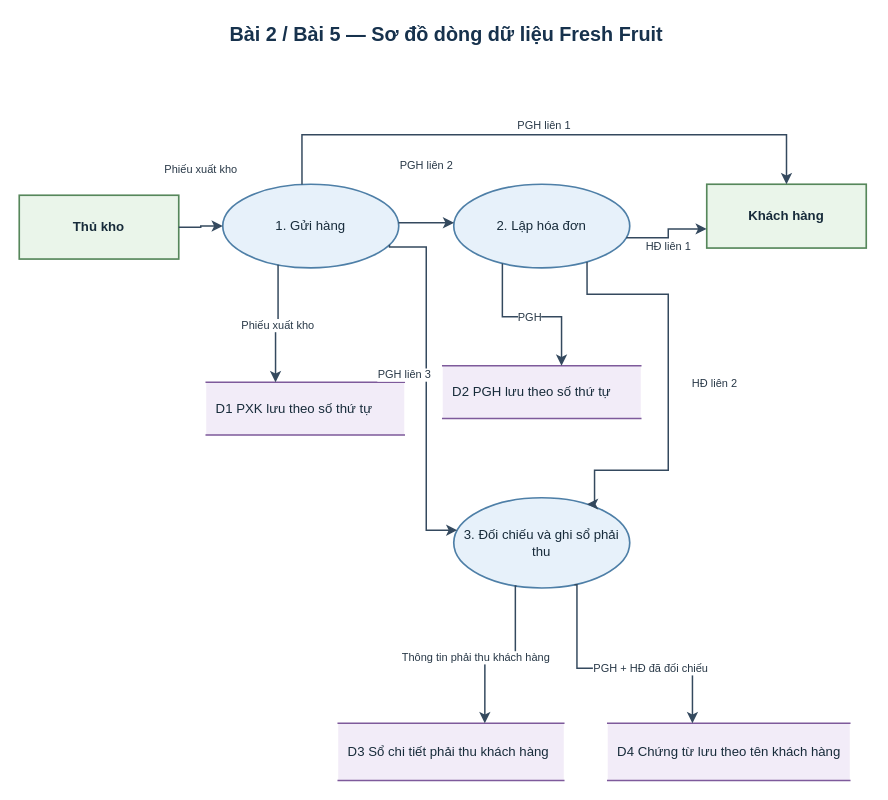
saigonbaddielover/thtrang keeps this draw.io diagram as assets/drawio/04_fresh_fruit_dfd.drawio. Above is the earlier version. Source tidied: cells renumbered, new cells numbered last; positions are measured from the earlier drawing's top-left corner, leaving out a move shared by most shapes. Both pictures are drawn from the tidied source at 110%, with x=0, y=0 at pixel (19, 19).
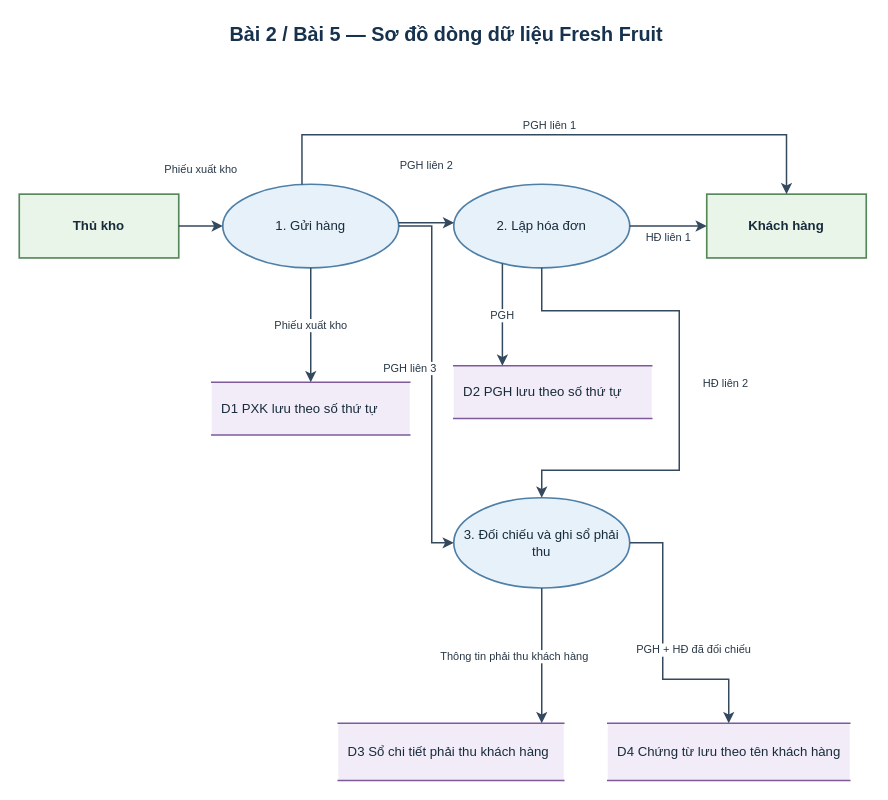
The same diagram, later.

Unchanged cells that the change refers to:
```xml
<mxCell id="5" value="1. Gửi hàng" style="shape=ellipse;perimeter=ellipsePerimeter;html=1;whiteSpace=wrap;fontFamily=Arial;align=center;verticalAlign=middle;fontColor=#172B3A; fontSize=11;spacing=5;fillColor=#E7F1FA;strokeColor=#4E7FA7;strokeWidth=1.5;" parent="1" vertex="1">
  <mxGeometry x="185" y="150" width="160" height="76" as="geometry" />
</mxCell>
<mxCell id="6" value="2. Lập hóa đơn" style="shape=ellipse;perimeter=ellipsePerimeter;html=1;whiteSpace=wrap;fontFamily=Arial;align=center;verticalAlign=middle;fontColor=#172B3A; fontSize=11;spacing=5;fillColor=#E7F1FA;strokeColor=#4E7FA7;strokeWidth=1.5;" parent="1" vertex="1">
  <mxGeometry x="395" y="150" width="160" height="76" as="geometry" />
</mxCell>
<mxCell id="7" value="3. Đối chiếu và ghi sổ phải thu" style="shape=ellipse;perimeter=ellipsePerimeter;html=1;whiteSpace=wrap;fontFamily=Arial;align=center;verticalAlign=middle;fontColor=#172B3A; fontSize=11;spacing=5;fillColor=#E7F1FA;strokeColor=#4E7FA7;strokeWidth=1.5;" parent="1" vertex="1">
  <mxGeometry x="395" y="435" width="160" height="82" as="geometry" />
</mxCell>
<mxCell id="10" value="D3  Sổ chi tiết phải thu khách hàng" style="shape=partialRectangle;right=0;left=0;html=1;whiteSpace=wrap;fontFamily=Arial;align=center;verticalAlign=middle;fontColor=#172B3A; fontSize=10;align=left;spacingLeft=7;spacingRight=4;fillColor=#F2ECF8;strokeColor=#7E5A9B;strokeWidth=1.4;" parent="1" vertex="1">
  <mxGeometry x="290" y="640" width="205" height="52" as="geometry" />
</mxCell>
<mxCell id="11" value="D4  Chứng từ lưu theo tên khách hàng" style="shape=partialRectangle;right=0;left=0;html=1;whiteSpace=wrap;fontFamily=Arial;align=center;verticalAlign=middle;fontColor=#172B3A; fontSize=10;align=left;spacingLeft=7;spacingRight=4;fillColor=#F2ECF8;strokeColor=#7E5A9B;strokeWidth=1.4;" parent="1" vertex="1">
  <mxGeometry x="535" y="640" width="220" height="52" as="geometry" />
</mxCell>
```

What changed in the source:
```diff
@@
     <mxCell id="3" value="Thủ kho" style="rounded=0;html=1;whiteSpace=wrap;fontFamily=Arial;align=center;verticalAlign=middle;fontColor=#172B3A; fontSize=11;fontStyle=1;spacing=5;fillColor=#EAF5EA;strokeColor=#56875B;strokeWidth=1.5;" parent="1" vertex="1">
-      <mxGeometry y="160" width="145" height="58" as="geometry" />
+      <mxGeometry y="159" width="145" height="58" as="geometry" />
     </mxCell>
     <mxCell id="4" value="Khách hàng" style="rounded=0;html=1;whiteSpace=wrap;fontFamily=Arial;align=center;verticalAlign=middle;fontColor=#172B3A; fontSize=11;fontStyle=1;spacing=5;fillColor=#EAF5EA;strokeColor=#56875B;strokeWidth=1.5;" parent="1" vertex="1">
-      <mxGeometry x="625" y="150" width="145" height="58" as="geometry" />
+      <mxGeometry x="625" y="159" width="145" height="58" as="geometry" />
     </mxCell>
@@
     <mxCell id="8" value="D1  PXK lưu theo số thứ tự" style="shape=partialRectangle;right=0;left=0;html=1;whiteSpace=wrap;fontFamily=Arial;align=center;verticalAlign=middle;fontColor=#172B3A; fontSize=10;align=left;spacingLeft=7;spacingRight=4;fillColor=#F2ECF8;strokeColor=#7E5A9B;strokeWidth=1.4;" parent="1" vertex="1">
-      <mxGeometry x="170" y="330" width="180" height="48" as="geometry" />
+      <mxGeometry x="175" y="330" width="180" height="48" as="geometry" />
     </mxCell>
     <mxCell id="9" value="D2  PGH lưu theo số thứ tự" style="shape=partialRectangle;right=0;left=0;html=1;whiteSpace=wrap;fontFamily=Arial;align=center;verticalAlign=middle;fontColor=#172B3A; fontSize=10;align=left;spacingLeft=7;spacingRight=4;fillColor=#F2ECF8;strokeColor=#7E5A9B;strokeWidth=1.4;" parent="1" vertex="1">
-      <mxGeometry x="385" y="315" width="180" height="48" as="geometry" />
+      <mxGeometry x="395" y="315" width="180" height="48" as="geometry" />
     </mxCell>
@@
-    <mxCell id="15" value="PGH liên 3" style="edgeStyle=orthogonalEdgeStyle;rounded=0;jettySize=auto;html=1;fontFamily=Arial;fontSize=10;fontColor=#273746;labelBackgroundColor=#FFFFFF;strokeColor=#34495E;strokeWidth=1.35;endArrow=classic;endFill=1;exitX=1;exitY=0.75;entryX=0;entryY=0.35;" parent="1" edge="1" source="5" target="7">
+    <mxCell id="15" value="PGH liên 3" style="edgeStyle=orthogonalEdgeStyle;rounded=0;jettySize=auto;html=1;fontFamily=Arial;fontSize=10;fontColor=#273746;labelBackgroundColor=#FFFFFF;strokeColor=#34495E;strokeWidth=1.35;endArrow=classic;endFill=1;exitX=1;exitY=0.5;entryX=0;entryY=0.5;" parent="1" edge="1" source="5" target="7">
       <mxGeometry relative="1" as="geometry">
         <Array as="points">
-          <mxPoint x="370" y="207" />
-          <mxPoint x="370" y="464" />
+          <mxPoint x="375" y="188" />
+          <mxPoint x="375" y="476" />
         </Array>
         <mxPoint x="-20" y="-10" as="offset" />
       </mxGeometry>
     </mxCell>
-    <mxCell id="16" value="Phiếu xuất kho" style="edgeStyle=orthogonalEdgeStyle;rounded=0;jettySize=auto;html=1;fontFamily=Arial;fontSize=10;fontColor=#273746;labelBackgroundColor=#FFFFFF;strokeColor=#34495E;strokeWidth=1.35;endArrow=classic;endFill=1;exitX=0.3;exitY=1;entryX=0.35;entryY=0;" parent="1" edge="1" source="5" target="8">
+    <mxCell id="16" value="Phiếu xuất kho" style="edgeStyle=orthogonalEdgeStyle;rounded=0;jettySize=auto;html=1;fontFamily=Arial;fontSize=10;fontColor=#273746;labelBackgroundColor=#FFFFFF;strokeColor=#34495E;strokeWidth=1.35;endArrow=classic;endFill=1;exitX=0.5;exitY=1;entryX=0.5;entryY=0;" parent="1" edge="1" source="5" target="8">
       <mxGeometry relative="1" as="geometry" />
     </mxCell>
-    <mxCell id="17" value="HĐ liên 1" style="edgeStyle=orthogonalEdgeStyle;rounded=0;jettySize=auto;html=1;fontFamily=Arial;fontSize=10;fontColor=#273746;labelBackgroundColor=#FFFFFF;strokeColor=#34495E;strokeWidth=1.35;endArrow=classic;endFill=1;exitX=1;exitY=0.65;entryX=0;entryY=0.7;" parent="1" edge="1" source="6" target="4">
+    <mxCell id="17" value="HĐ liên 1" style="edgeStyle=orthogonalEdgeStyle;rounded=0;jettySize=auto;html=1;fontFamily=Arial;fontSize=10;fontColor=#273746;labelBackgroundColor=#FFFFFF;strokeColor=#34495E;strokeWidth=1.35;endArrow=classic;endFill=1;exitX=1;exitY=0.5;entryX=0;entryY=0.5;" parent="1" edge="1" source="6" target="4">
       <mxGeometry relative="1" as="geometry">
         <mxPoint y="10" as="offset" />
       </mxGeometry>
     </mxCell>
-    <mxCell id="18" value="HĐ liên 2" style="edgeStyle=orthogonalEdgeStyle;rounded=0;jettySize=auto;html=1;fontFamily=Arial;fontSize=10;fontColor=#273746;labelBackgroundColor=#FFFFFF;strokeColor=#34495E;strokeWidth=1.35;endArrow=classic;endFill=1;exitX=0.8;exitY=1;entryX=0.8;entryY=0;" parent="1" edge="1" source="6" target="7">
+    <mxCell id="18" value="HĐ liên 2" style="edgeStyle=orthogonalEdgeStyle;rounded=0;jettySize=auto;html=1;fontFamily=Arial;fontSize=10;fontColor=#273746;labelBackgroundColor=#FFFFFF;strokeColor=#34495E;strokeWidth=1.35;endArrow=classic;endFill=1;exitX=0.5;exitY=1;entryX=0.5;entryY=0;" parent="1" edge="1" source="6" target="7">
       <mxGeometry relative="1" as="geometry">
         <Array as="points">
-          <mxPoint x="590" y="250" />
-          <mxPoint x="590" y="410" />
-          <mxPoint x="523" y="410" />
+          <mxPoint x="475" y="265" />
+          <mxPoint x="600" y="265" />
+          <mxPoint x="600" y="410" />
+          <mxPoint x="475" y="410" />
         </Array>
         <mxPoint x="42" as="offset" />
       </mxGeometry>
     </mxCell>
-    <mxCell id="19" value="PGH" style="edgeStyle=orthogonalEdgeStyle;rounded=0;jettySize=auto;html=1;fontFamily=Arial;fontSize=10;fontColor=#273746;labelBackgroundColor=#FFFFFF;strokeColor=#34495E;strokeWidth=1.35;endArrow=classic;endFill=1;exitX=0.25;exitY=1;entryX=0.6;entryY=0;" parent="1" edge="1" source="6" target="9">
+    <mxCell id="19" value="PGH" style="edgeStyle=orthogonalEdgeStyle;rounded=0;jettySize=auto;html=1;fontFamily=Arial;fontSize=10;fontColor=#273746;labelBackgroundColor=#FFFFFF;strokeColor=#34495E;strokeWidth=1.35;endArrow=classic;endFill=1;exitX=0.25;exitY=1;entryX=0.245667;entryY=0;" parent="1" edge="1" source="6" target="9">
       <mxGeometry relative="1" as="geometry" />
     </mxCell>
-    <mxCell id="20" value="Thông tin phải thu khách hàng" style="edgeStyle=orthogonalEdgeStyle;rounded=0;jettySize=auto;html=1;fontFamily=Arial;fontSize=10;fontColor=#273746;labelBackgroundColor=#FFFFFF;strokeColor=#34495E;strokeWidth=1.35;endArrow=classic;endFill=1;exitX=0.35;exitY=1;entryX=0.65;entryY=0;" parent="1" edge="1" source="7" target="10">
+    <mxCell id="20" value="Thông tin phải thu khách hàng" style="edgeStyle=orthogonalEdgeStyle;rounded=0;jettySize=auto;html=1;fontFamily=Arial;fontSize=10;fontColor=#273746;labelBackgroundColor=#FFFFFF;strokeColor=#34495E;strokeWidth=1.35;endArrow=classic;endFill=1;exitX=0.5;exitY=1;entryX=0.902439;entryY=0;" parent="1" edge="1" source="7" target="10">
       <mxGeometry relative="1" as="geometry">
-        <Array as="points">
-          <mxPoint x="451" y="580" />
-          <mxPoint x="423" y="580" />
-        </Array>
         <mxPoint x="-25" as="offset" />
       </mxGeometry>
     </mxCell>
-    <mxCell id="21" value="PGH + HĐ đã đối chiếu" style="edgeStyle=orthogonalEdgeStyle;rounded=0;jettySize=auto;html=1;fontFamily=Arial;fontSize=10;fontColor=#273746;labelBackgroundColor=#FFFFFF;strokeColor=#34495E;strokeWidth=1.35;endArrow=classic;endFill=1;exitX=0.7;exitY=1;entryX=0.35;entryY=0;" parent="1" edge="1" source="7" target="11">
+    <mxCell id="21" value="PGH + HĐ đã đối chiếu" style="edgeStyle=orthogonalEdgeStyle;rounded=0;jettySize=auto;html=1;fontFamily=Arial;fontSize=10;fontColor=#273746;labelBackgroundColor=#FFFFFF;strokeColor=#34495E;strokeWidth=1.35;endArrow=classic;endFill=1;exitX=1;exitY=0.5;entryX=0.5;entryY=0;" parent="1" edge="1" source="7" target="11">
       <mxGeometry relative="1" as="geometry">
         <Array as="points">
-          <mxPoint x="507" y="590" />
-          <mxPoint x="612" y="590" />
+          <mxPoint x="585" y="476" />
+          <mxPoint x="585" y="600" />
+          <mxPoint x="645" y="600" />
         </Array>
         <mxPoint x="28" as="offset" />
       </mxGeometry>
     </mxCell>
```
